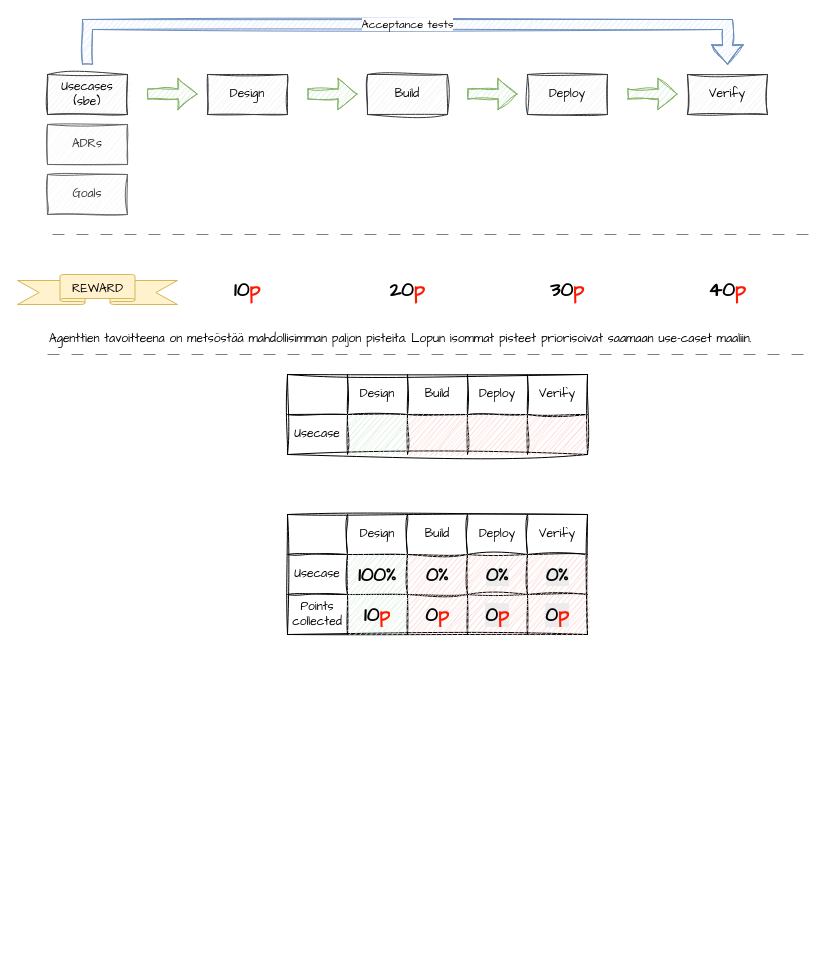
isinisalo/ballet keeps this draw.io diagram as page "Page-6" (5 of 7) of ballet.drawio. Above is the earlier version. Source tidied: cells renumbered, new cells numbered last; positions are measured from the earlier drawing's top-left corner, leaving out a move shared by most shapes. Both pictures are drawn from the tidied source at 100%, with x=0, y=0 at pixel (17, 24).
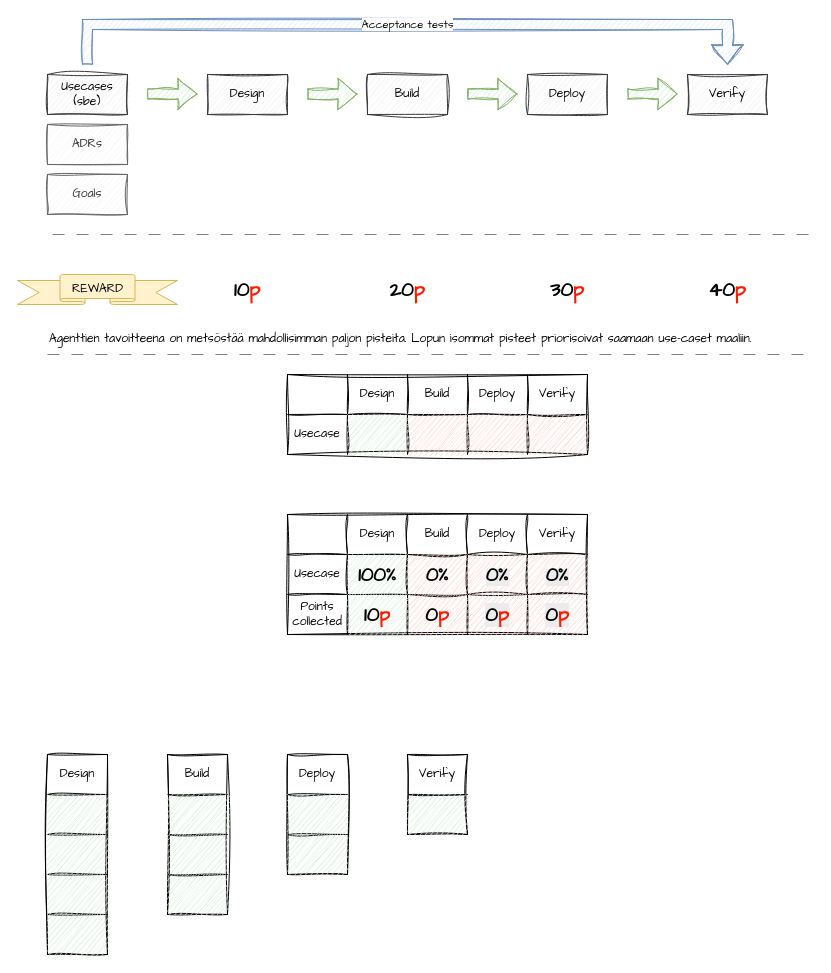
The same page after the edit.

What changed in the source:
```diff
@@
+    <mxCell id="54" style="shape=table;startSize=0;childLayout=tableLayout;fixedHeader=1;sketch=1;hachureGap=4;jiggle=2;curveFitting=1;fontFamily=Architects Daughter;" parent="1" vertex="1">
+      <mxGeometry x="30" y="730" width="60" height="200" as="geometry" />
+    </mxCell>
+    <mxCell id="55" style="shape=tableRow;horizontal=0;startSize=0;swimlaneHead=0;swimlaneBody=0;strokeColor=inherit;top=0;left=0;bottom=0;right=0;fillColor=none;fixedHeader=1;sketch=1;hachureGap=4;jiggle=2;curveFitting=1;fontFamily=Architects Daughter;" parent="54" vertex="1">
+      <mxGeometry width="60" height="40" as="geometry" />
+    </mxCell>
+    <mxCell id="56" value="Design" style="shape=partialRectangle;html=1;whiteSpace=wrap;strokeColor=inherit;overflow=hidden;fillColor=none;top=0;left=0;bottom=0;right=0;sketch=1;hachureGap=4;jiggle=2;curveFitting=1;fontFamily=Architects Daughter;" parent="55" vertex="1">
+      <mxGeometry width="60" height="40" as="geometry" />
+    </mxCell>
+    <mxCell id="57" style="shape=tableRow;horizontal=0;startSize=0;swimlaneHead=0;swimlaneBody=0;strokeColor=inherit;top=0;left=0;bottom=0;right=0;fillColor=none;fixedHeader=1;sketch=1;hachureGap=4;jiggle=2;curveFitting=1;fontFamily=Architects Daughter;" parent="54" vertex="1">
+      <mxGeometry y="40" width="60" height="40" as="geometry" />
+    </mxCell>
+    <mxCell id="58" style="shape=partialRectangle;html=1;whiteSpace=wrap;strokeColor=#82b366;overflow=hidden;fillColor=#d5e8d4;top=0;left=0;bottom=0;right=0;sketch=1;hachureGap=4;jiggle=2;curveFitting=1;fontFamily=Architects Daughter;" parent="57" vertex="1">
+      <mxGeometry width="60" height="40" as="geometry" />
+    </mxCell>
+    <mxCell id="59" style="shape=tableRow;horizontal=0;startSize=0;swimlaneHead=0;swimlaneBody=0;strokeColor=inherit;top=0;left=0;bottom=0;right=0;fillColor=none;fixedHeader=1;sketch=1;hachureGap=4;jiggle=2;curveFitting=1;fontFamily=Architects Daughter;" parent="54" vertex="1">
+      <mxGeometry y="80" width="60" height="40" as="geometry" />
+    </mxCell>
+    <mxCell id="60" style="shape=partialRectangle;html=1;whiteSpace=wrap;strokeColor=#82b366;overflow=hidden;fillColor=#d5e8d4;top=0;left=0;bottom=0;right=0;sketch=1;hachureGap=4;jiggle=2;curveFitting=1;fontFamily=Architects Daughter;" parent="59" vertex="1">
+      <mxGeometry width="60" height="40" as="geometry" />
+    </mxCell>
+    <mxCell id="61" style="shape=tableRow;horizontal=0;startSize=0;swimlaneHead=0;swimlaneBody=0;strokeColor=inherit;top=0;left=0;bottom=0;right=0;fillColor=none;fixedHeader=1;sketch=1;hachureGap=4;jiggle=2;curveFitting=1;fontFamily=Architects Daughter;" parent="54" vertex="1">
+      <mxGeometry y="120" width="60" height="40" as="geometry" />
+    </mxCell>
+    <mxCell id="62" style="shape=partialRectangle;html=1;whiteSpace=wrap;strokeColor=#82b366;overflow=hidden;fillColor=#d5e8d4;top=0;left=0;bottom=0;right=0;sketch=1;hachureGap=4;jiggle=2;curveFitting=1;fontFamily=Architects Daughter;" parent="61" vertex="1">
+      <mxGeometry width="60" height="40" as="geometry" />
+    </mxCell>
+    <mxCell id="63" style="shape=tableRow;horizontal=0;startSize=0;swimlaneHead=0;swimlaneBody=0;strokeColor=inherit;top=0;left=0;bottom=0;right=0;fillColor=none;fixedHeader=1;sketch=1;hachureGap=4;jiggle=2;curveFitting=1;fontFamily=Architects Daughter;" parent="54" vertex="1">
+      <mxGeometry y="160" width="60" height="40" as="geometry" />
+    </mxCell>
+    <mxCell id="64" style="shape=partialRectangle;html=1;whiteSpace=wrap;strokeColor=#82b366;overflow=hidden;fillColor=#d5e8d4;top=0;left=0;bottom=0;right=0;sketch=1;hachureGap=4;jiggle=2;curveFitting=1;fontFamily=Architects Daughter;" parent="63" vertex="1">
+      <mxGeometry width="60" height="40" as="geometry" />
+    </mxCell>
+    <mxCell id="65" style="shape=table;startSize=0;childLayout=tableLayout;fixedHeader=1;sketch=1;hachureGap=4;jiggle=2;curveFitting=1;fontFamily=Architects Daughter;" parent="1" vertex="1">
+      <mxGeometry x="150" y="730" width="60" height="160" as="geometry" />
+    </mxCell>
+    <mxCell id="66" style="shape=tableRow;horizontal=0;startSize=0;swimlaneHead=0;swimlaneBody=0;strokeColor=inherit;top=0;left=0;bottom=0;right=0;fillColor=none;fixedHeader=1;sketch=1;hachureGap=4;jiggle=2;curveFitting=1;fontFamily=Architects Daughter;" parent="65" vertex="1">
+      <mxGeometry width="60" height="40" as="geometry" />
+    </mxCell>
+    <mxCell id="67" value="Build" style="shape=partialRectangle;html=1;whiteSpace=wrap;strokeColor=inherit;overflow=hidden;fillColor=none;top=0;left=0;bottom=0;right=0;sketch=1;hachureGap=4;jiggle=2;curveFitting=1;fontFamily=Architects Daughter;" parent="66" vertex="1">
+      <mxGeometry width="60" height="40" as="geometry" />
+    </mxCell>
+    <mxCell id="68" style="shape=tableRow;horizontal=0;startSize=0;swimlaneHead=0;swimlaneBody=0;strokeColor=inherit;top=0;left=0;bottom=0;right=0;fillColor=none;fixedHeader=1;sketch=1;hachureGap=4;jiggle=2;curveFitting=1;fontFamily=Architects Daughter;" parent="65" vertex="1">
+      <mxGeometry y="40" width="60" height="40" as="geometry" />
+    </mxCell>
+    <mxCell id="69" style="shape=partialRectangle;html=1;whiteSpace=wrap;strokeColor=#82b366;overflow=hidden;fillColor=#d5e8d4;top=0;left=0;bottom=0;right=0;sketch=1;hachureGap=4;jiggle=2;curveFitting=1;fontFamily=Architects Daughter;" parent="68" vertex="1">
+      <mxGeometry width="60" height="40" as="geometry" />
+    </mxCell>
+    <mxCell id="70" style="shape=tableRow;horizontal=0;startSize=0;swimlaneHead=0;swimlaneBody=0;strokeColor=inherit;top=0;left=0;bottom=0;right=0;fillColor=none;fixedHeader=1;sketch=1;hachureGap=4;jiggle=2;curveFitting=1;fontFamily=Architects Daughter;" parent="65" vertex="1">
+      <mxGeometry y="80" width="60" height="40" as="geometry" />
+    </mxCell>
+    <mxCell id="71" style="shape=partialRectangle;html=1;whiteSpace=wrap;strokeColor=#82b366;overflow=hidden;fillColor=#d5e8d4;top=0;left=0;bottom=0;right=0;sketch=1;hachureGap=4;jiggle=2;curveFitting=1;fontFamily=Architects Daughter;" parent="70" vertex="1">
+      <mxGeometry width="60" height="40" as="geometry" />
+    </mxCell>
+    <mxCell id="72" style="shape=tableRow;horizontal=0;startSize=0;swimlaneHead=0;swimlaneBody=0;strokeColor=inherit;top=0;left=0;bottom=0;right=0;fillColor=none;fixedHeader=1;sketch=1;hachureGap=4;jiggle=2;curveFitting=1;fontFamily=Architects Daughter;" parent="65" vertex="1">
+      <mxGeometry y="120" width="60" height="40" as="geometry" />
+    </mxCell>
+    <mxCell id="73" style="shape=partialRectangle;html=1;whiteSpace=wrap;strokeColor=#82b366;overflow=hidden;fillColor=#d5e8d4;top=0;left=0;bottom=0;right=0;sketch=1;hachureGap=4;jiggle=2;curveFitting=1;fontFamily=Architects Daughter;" parent="72" vertex="1">
+      <mxGeometry width="60" height="40" as="geometry" />
+    </mxCell>
+    <mxCell id="74" style="shape=table;startSize=0;childLayout=tableLayout;fixedHeader=1;sketch=1;hachureGap=4;jiggle=2;curveFitting=1;fontFamily=Architects Daughter;" parent="1" vertex="1">
+      <mxGeometry x="270" y="730" width="60" height="120" as="geometry" />
+    </mxCell>
+    <mxCell id="75" style="shape=tableRow;horizontal=0;startSize=0;swimlaneHead=0;swimlaneBody=0;strokeColor=inherit;top=0;left=0;bottom=0;right=0;fillColor=none;fixedHeader=1;sketch=1;hachureGap=4;jiggle=2;curveFitting=1;fontFamily=Architects Daughter;" parent="74" vertex="1">
+      <mxGeometry width="60" height="40" as="geometry" />
+    </mxCell>
+    <mxCell id="76" value="Deploy" style="shape=partialRectangle;html=1;whiteSpace=wrap;strokeColor=inherit;overflow=hidden;fillColor=none;top=0;left=0;bottom=0;right=0;sketch=1;hachureGap=4;jiggle=2;curveFitting=1;fontFamily=Architects Daughter;" parent="75" vertex="1">
+      <mxGeometry width="60" height="40" as="geometry" />
+    </mxCell>
+    <mxCell id="77" style="shape=tableRow;horizontal=0;startSize=0;swimlaneHead=0;swimlaneBody=0;strokeColor=inherit;top=0;left=0;bottom=0;right=0;fillColor=none;fixedHeader=1;sketch=1;hachureGap=4;jiggle=2;curveFitting=1;fontFamily=Architects Daughter;" parent="74" vertex="1">
+      <mxGeometry y="40" width="60" height="40" as="geometry" />
+    </mxCell>
+    <mxCell id="78" style="shape=partialRectangle;html=1;whiteSpace=wrap;strokeColor=#82b366;overflow=hidden;fillColor=#d5e8d4;top=0;left=0;bottom=0;right=0;sketch=1;hachureGap=4;jiggle=2;curveFitting=1;fontFamily=Architects Daughter;" parent="77" vertex="1">
+      <mxGeometry width="60" height="40" as="geometry" />
+    </mxCell>
+    <mxCell id="79" style="shape=tableRow;horizontal=0;startSize=0;swimlaneHead=0;swimlaneBody=0;strokeColor=inherit;top=0;left=0;bottom=0;right=0;fillColor=none;fixedHeader=1;sketch=1;hachureGap=4;jiggle=2;curveFitting=1;fontFamily=Architects Daughter;" parent="74" vertex="1">
+      <mxGeometry y="80" width="60" height="40" as="geometry" />
+    </mxCell>
+    <mxCell id="80" style="shape=partialRectangle;html=1;whiteSpace=wrap;strokeColor=#82b366;overflow=hidden;fillColor=#d5e8d4;top=0;left=0;bottom=0;right=0;sketch=1;hachureGap=4;jiggle=2;curveFitting=1;fontFamily=Architects Daughter;" parent="79" vertex="1">
+      <mxGeometry width="60" height="40" as="geometry" />
+    </mxCell>
+    <mxCell id="81" style="shape=table;startSize=0;childLayout=tableLayout;fixedHeader=1;sketch=1;hachureGap=4;jiggle=2;curveFitting=1;fontFamily=Architects Daughter;" parent="1" vertex="1">
+      <mxGeometry x="390" y="730" width="60" height="80" as="geometry" />
+    </mxCell>
+    <mxCell id="82" style="shape=tableRow;horizontal=0;startSize=0;swimlaneHead=0;swimlaneBody=0;strokeColor=inherit;top=0;left=0;bottom=0;right=0;fillColor=none;fixedHeader=1;sketch=1;hachureGap=4;jiggle=2;curveFitting=1;fontFamily=Architects Daughter;" parent="81" vertex="1">
+      <mxGeometry width="60" height="40" as="geometry" />
+    </mxCell>
+    <mxCell id="83" value="Verify" style="shape=partialRectangle;html=1;whiteSpace=wrap;strokeColor=inherit;overflow=hidden;fillColor=none;top=0;left=0;bottom=0;right=0;sketch=1;hachureGap=4;jiggle=2;curveFitting=1;fontFamily=Architects Daughter;" parent="82" vertex="1">
+      <mxGeometry width="60" height="40" as="geometry" />
+    </mxCell>
+    <mxCell id="84" style="shape=tableRow;horizontal=0;startSize=0;swimlaneHead=0;swimlaneBody=0;strokeColor=inherit;top=0;left=0;bottom=0;right=0;fillColor=none;fixedHeader=1;sketch=1;hachureGap=4;jiggle=2;curveFitting=1;fontFamily=Architects Daughter;" parent="81" vertex="1">
+      <mxGeometry y="40" width="60" height="40" as="geometry" />
+    </mxCell>
+    <mxCell id="85" style="shape=partialRectangle;html=1;whiteSpace=wrap;strokeColor=#82b366;overflow=hidden;fillColor=#d5e8d4;top=0;left=0;bottom=0;right=0;sketch=1;hachureGap=4;jiggle=2;curveFitting=1;fontFamily=Architects Daughter;" parent="84" vertex="1">
+      <mxGeometry width="60" height="40" as="geometry" />
+    </mxCell>
```
